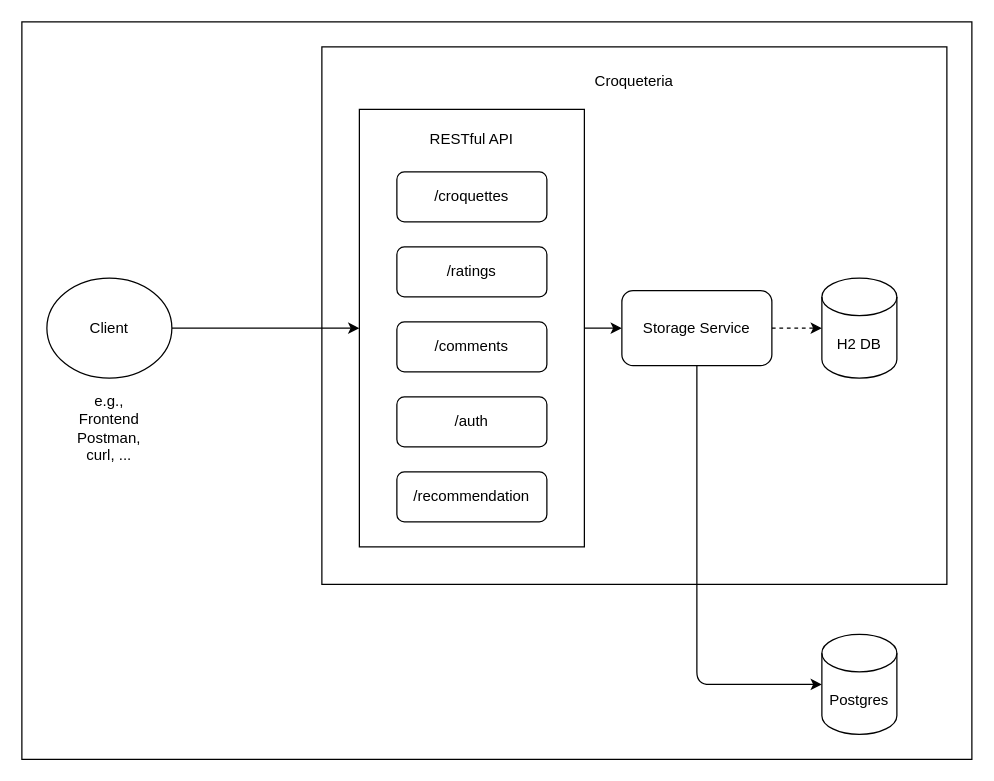
Before: docs/concept/img/architecure_bp.drawio in dextreem/krokettenbude, a draw.io diagram. Source tidied: cells renumbered, new cells numbered last; positions are measured from the earlier drawing's top-left corner, leaving out a move shared by most shapes. Both pictures are drawn from the tidied source at 125%, with x=0, y=0 at pixel (21, 21).
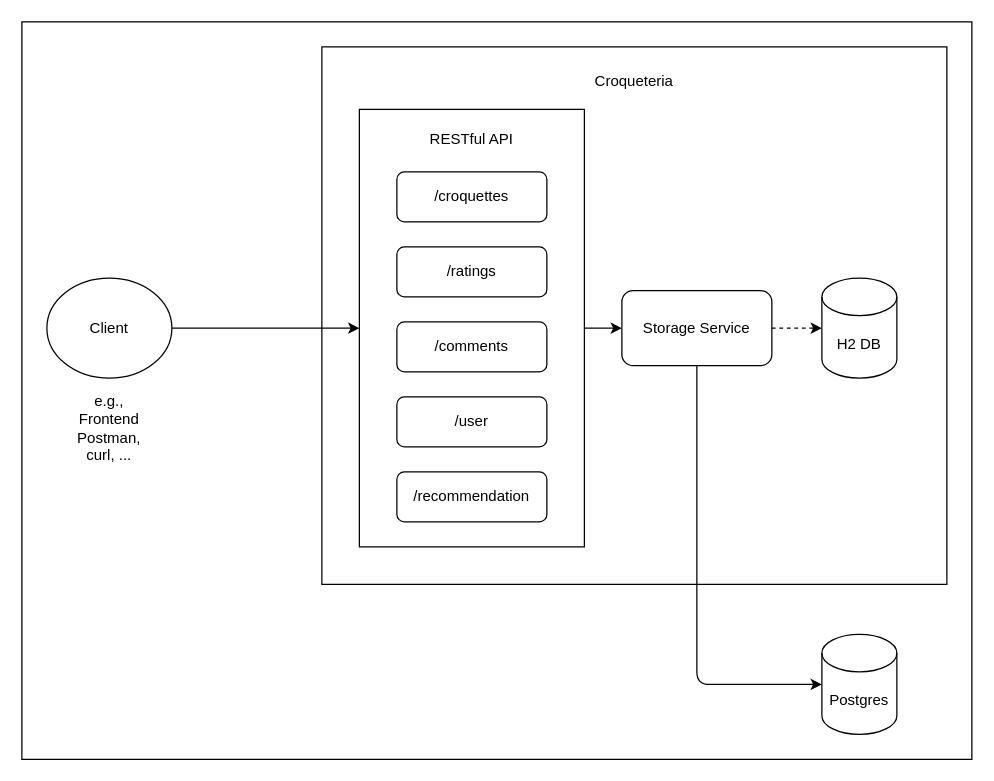
The same diagram, later.

The edit, as a diff of the source:
```diff
@@
-    <mxCell id="7" value="/auth" style="rounded=1;whiteSpace=wrap;html=1;" parent="1" vertex="1">
+    <mxCell id="7" value="/user" style="rounded=1;whiteSpace=wrap;html=1;" parent="1" vertex="1">
       <mxGeometry x="300" y="300" width="120" height="40" as="geometry" />
     </mxCell>
```
